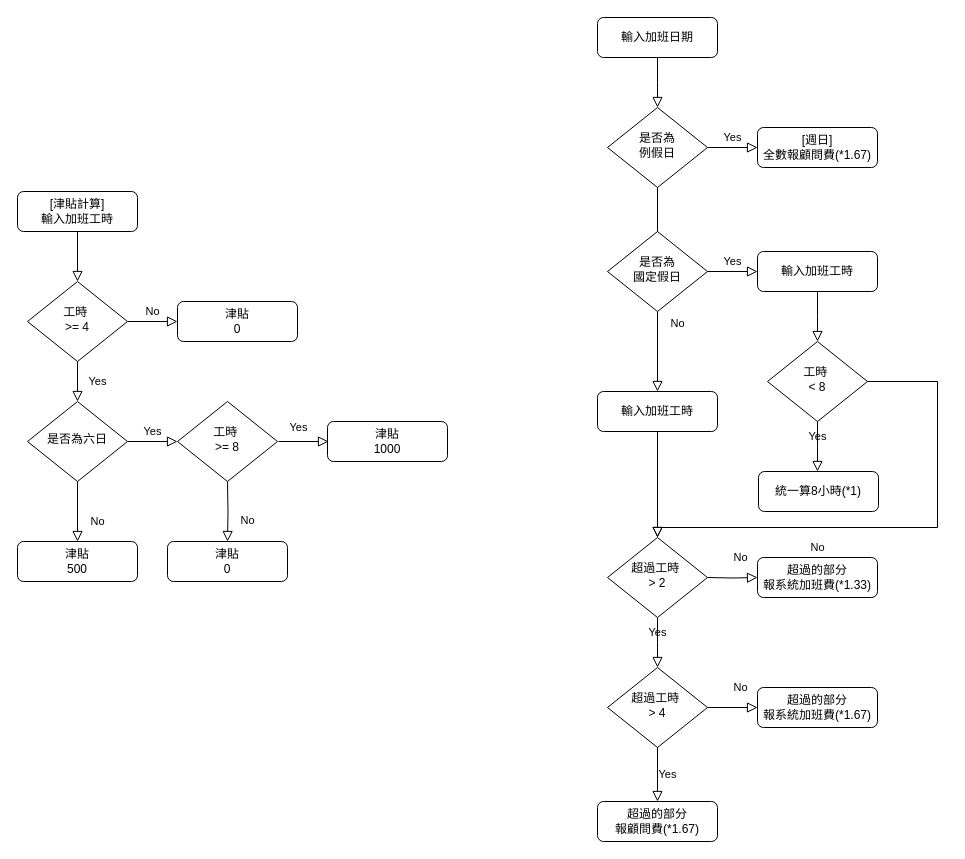
webber0928/webber0928 keeps this draw.io diagram as 流程圖.drawio. Above is the earlier version. Source tidied: cells renumbered, new cells numbered last; positions are measured from the earlier drawing's top-left corner, leaving out a move shared by most shapes. Both pictures are drawn from the tidied source at 100%, with x=0, y=0 at pixel (17, 17).
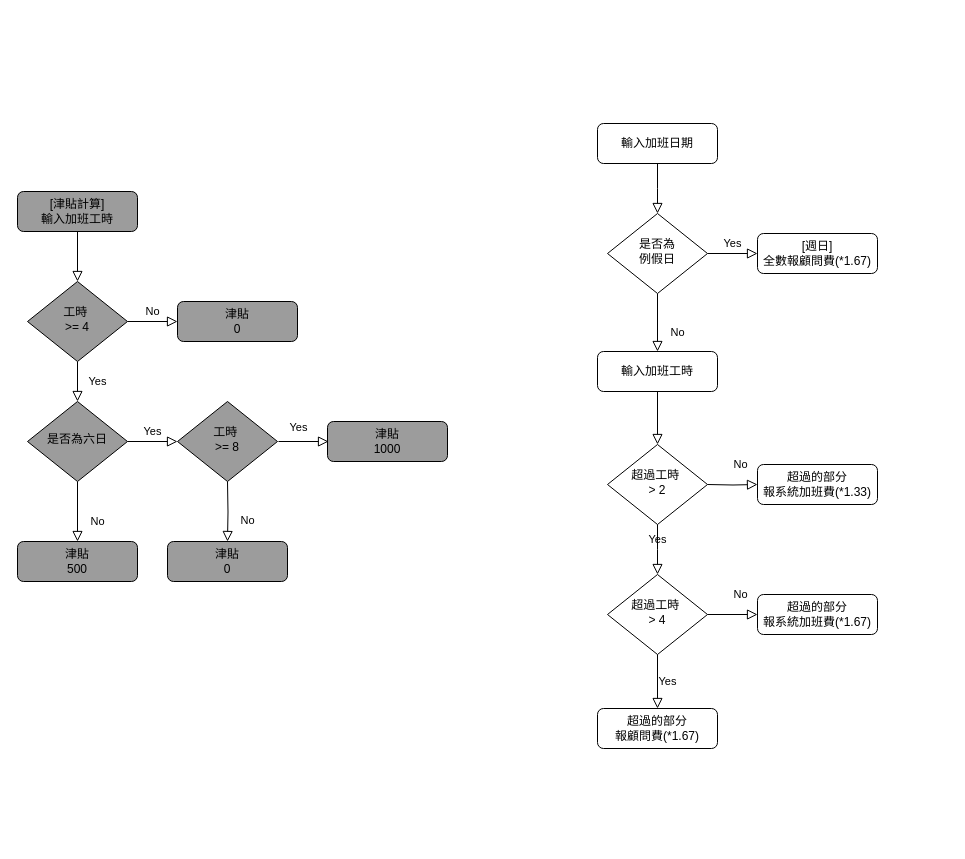
Above is the later version.

Commit message (it also covers changes not shown here):
更新流程圖.drawio

What changed in the source:
```diff
@@
     <mxCell id="2" style="rounded=0;html=1;jettySize=auto;fontSize=11;endArrow=block;endFill=0;endSize=8;strokeWidth=1;shadow=0;labelBackgroundColor=none;edgeStyle=orthogonalEdgeStyle;" parent="1" edge="1" source="3">
       <mxGeometry relative="1" as="geometry">
-        <mxPoint x="640" y="90" as="targetPoint" />
+        <mxPoint x="640" y="196" as="targetPoint" />
       </mxGeometry>
     </mxCell>
     <mxCell id="3" value="輸入加班日期" style="rounded=1;whiteSpace=wrap;html=1;fontSize=12;glass=0;strokeWidth=1;shadow=0;" parent="1" vertex="1">
-      <mxGeometry x="580" width="120" height="40" as="geometry" />
+      <mxGeometry x="580" y="106" width="120" height="40" as="geometry" />
     </mxCell>
@@
     <mxCell id="6" value="是否為&lt;div&gt;例假日&lt;/div&gt;" style="rhombus;whiteSpace=wrap;html=1;shadow=0;fontFamily=Helvetica;fontSize=12;align=center;strokeWidth=1;spacing=6;spacingTop=-4;" parent="1" vertex="1">
-      <mxGeometry x="590" y="90" width="100" height="80" as="geometry" />
+      <mxGeometry x="590" y="196" width="100" height="80" as="geometry" />
     </mxCell>
     <mxCell id="7" value="輸入加班工時" style="rounded=1;whiteSpace=wrap;html=1;fontSize=12;glass=0;strokeWidth=1;shadow=0;" parent="1" vertex="1">
-      <mxGeometry x="580" y="374" width="120" height="40" as="geometry" />
+      <mxGeometry x="580" y="334" width="120" height="40" as="geometry" />
     </mxCell>
     <mxCell id="8" value="[週日]&lt;div&gt;全數報顧問費(*1.67)&lt;/div&gt;" style="rounded=1;whiteSpace=wrap;html=1;fontSize=12;glass=0;strokeWidth=1;shadow=0;" parent="1" vertex="1">
-      <mxGeometry x="740" y="110" width="120" height="40" as="geometry" />
+      <mxGeometry x="740" y="216" width="120" height="40" as="geometry" />
     </mxCell>
-    <mxCell id="9" style="rounded=0;html=1;jettySize=auto;fontSize=11;endArrow=block;endFill=0;endSize=8;strokeWidth=1;shadow=0;labelBackgroundColor=none;edgeStyle=orthogonalEdgeStyle;" parent="1" edge="1" source="10" target="13">
+    <mxCell id="9" style="rounded=0;html=1;jettySize=auto;fontSize=11;endArrow=block;endFill=0;endSize=8;strokeWidth=1;shadow=0;labelBackgroundColor=none;edgeStyle=orthogonalEdgeStyle;fillColor=#9C9C9C;" parent="1" edge="1" source="10" target="13">
       <mxGeometry relative="1" as="geometry" />
     </mxCell>
-    <mxCell id="10" value="&lt;div&gt;[津貼計算]&lt;/div&gt;輸入加班工時" style="rounded=1;whiteSpace=wrap;html=1;fontSize=12;glass=0;strokeWidth=1;shadow=0;" parent="1" vertex="1">
+    <mxCell id="10" value="&lt;div&gt;[津貼計算]&lt;/div&gt;輸入加班工時" style="rounded=1;whiteSpace=wrap;html=1;fontSize=12;glass=0;strokeWidth=1;shadow=0;fillColor=#9C9C9C;" parent="1" vertex="1">
       <mxGeometry y="174" width="120" height="40" as="geometry" />
     </mxCell>
-    <mxCell id="11" value="Yes" style="rounded=0;html=1;jettySize=auto;fontSize=11;endArrow=block;endFill=0;endSize=8;strokeWidth=1;shadow=0;labelBackgroundColor=none;edgeStyle=orthogonalEdgeStyle;" parent="1" edge="1" source="13" target="17">
+    <mxCell id="11" value="Yes" style="rounded=0;html=1;jettySize=auto;fontSize=11;endArrow=block;endFill=0;endSize=8;strokeWidth=1;shadow=0;labelBackgroundColor=none;edgeStyle=orthogonalEdgeStyle;fillColor=#9C9C9C;" parent="1" edge="1" source="13" target="17">
       <mxGeometry y="20" relative="1" as="geometry" />
     </mxCell>
-    <mxCell id="12" value="No" style="edgeStyle=orthogonalEdgeStyle;rounded=0;html=1;jettySize=auto;fontSize=11;endArrow=block;endFill=0;endSize=8;strokeWidth=1;shadow=0;labelBackgroundColor=none;" parent="1" edge="1" source="13" target="14">
+    <mxCell id="12" value="No" style="edgeStyle=orthogonalEdgeStyle;rounded=0;html=1;jettySize=auto;fontSize=11;endArrow=block;endFill=0;endSize=8;strokeWidth=1;shadow=0;labelBackgroundColor=none;fillColor=#9C9C9C;" parent="1" edge="1" source="13" target="14">
       <mxGeometry y="10" relative="1" as="geometry" />
     </mxCell>
-    <mxCell id="13" value="工時&amp;nbsp;&lt;div&gt;&amp;gt;= 4&lt;/div&gt;" style="rhombus;whiteSpace=wrap;html=1;shadow=0;fontFamily=Helvetica;fontSize=12;align=center;strokeWidth=1;spacing=6;spacingTop=-4;" parent="1" vertex="1">
+    <mxCell id="13" value="工時&amp;nbsp;&lt;div&gt;&amp;gt;= 4&lt;/div&gt;" style="rhombus;whiteSpace=wrap;html=1;shadow=0;fontFamily=Helvetica;fontSize=12;align=center;strokeWidth=1;spacing=6;spacingTop=-4;fillColor=#9C9C9C;" parent="1" vertex="1">
       <mxGeometry x="10" y="264" width="100" height="80" as="geometry" />
     </mxCell>
-    <mxCell id="14" value="津貼&lt;div&gt;0&lt;/div&gt;" style="rounded=1;whiteSpace=wrap;html=1;fontSize=12;glass=0;strokeWidth=1;shadow=0;" parent="1" vertex="1">
+    <mxCell id="14" value="津貼&lt;div&gt;0&lt;/div&gt;" style="rounded=1;whiteSpace=wrap;html=1;fontSize=12;glass=0;strokeWidth=1;shadow=0;fillColor=#9C9C9C;" parent="1" vertex="1">
       <mxGeometry x="160" y="284" width="120" height="40" as="geometry" />
     </mxCell>
-    <mxCell id="15" value="No" style="rounded=0;html=1;jettySize=auto;fontSize=11;endArrow=block;endFill=0;endSize=8;strokeWidth=1;shadow=0;labelBackgroundColor=none;edgeStyle=orthogonalEdgeStyle;" parent="1" edge="1" source="17" target="18">
+    <mxCell id="15" value="No" style="rounded=0;html=1;jettySize=auto;fontSize=11;endArrow=block;endFill=0;endSize=8;strokeWidth=1;shadow=0;labelBackgroundColor=none;edgeStyle=orthogonalEdgeStyle;fillColor=#9C9C9C;" parent="1" edge="1" source="17" target="18">
       <mxGeometry x="0.33" y="20" relative="1" as="geometry" />
     </mxCell>
-    <mxCell id="16" value="Yes" style="edgeStyle=orthogonalEdgeStyle;rounded=0;html=1;jettySize=auto;orthogonalLoop=1;fontSize=11;endArrow=block;endFill=0;endSize=8;strokeWidth=1;shadow=0;labelBackgroundColor=none;" parent="1" edge="1">
+    <mxCell id="16" value="Yes" style="edgeStyle=orthogonalEdgeStyle;rounded=0;html=1;jettySize=auto;orthogonalLoop=1;fontSize=11;endArrow=block;endFill=0;endSize=8;strokeWidth=1;shadow=0;labelBackgroundColor=none;fillColor=#9C9C9C;" parent="1" edge="1">
       <mxGeometry x="-0.22" y="14" relative="1" as="geometry">
         <mxPoint x="261" y="424" as="sourcePoint" />
         <mxPoint x="311" y="424" as="targetPoint" />
       </mxGeometry>
     </mxCell>
-    <mxCell id="17" value="是否為六日" style="rhombus;whiteSpace=wrap;html=1;shadow=0;fontFamily=Helvetica;fontSize=12;align=center;strokeWidth=1;spacing=6;spacingTop=-4;" parent="1" vertex="1">
+    <mxCell id="17" value="是否為六日" style="rhombus;whiteSpace=wrap;html=1;shadow=0;fontFamily=Helvetica;fontSize=12;align=center;strokeWidth=1;spacing=6;spacingTop=-4;fillColor=#9C9C9C;" parent="1" vertex="1">
       <mxGeometry x="10" y="384" width="100" height="80" as="geometry" />
     </mxCell>
-    <mxCell id="18" value="津貼&lt;div&gt;500&lt;/div&gt;" style="rounded=1;whiteSpace=wrap;html=1;fontSize=12;glass=0;strokeWidth=1;shadow=0;" parent="1" vertex="1">
+    <mxCell id="18" value="津貼&lt;div&gt;500&lt;/div&gt;" style="rounded=1;whiteSpace=wrap;html=1;fontSize=12;glass=0;strokeWidth=1;shadow=0;fillColor=#9C9C9C;" parent="1" vertex="1">
       <mxGeometry y="524" width="120" height="40" as="geometry" />
     </mxCell>
-    <mxCell id="19" value="津貼&lt;div&gt;1000&lt;/div&gt;" style="rounded=1;whiteSpace=wrap;html=1;fontSize=12;glass=0;strokeWidth=1;shadow=0;" parent="1" vertex="1">
+    <mxCell id="19" value="津貼&lt;div&gt;1000&lt;/div&gt;" style="rounded=1;whiteSpace=wrap;html=1;fontSize=12;glass=0;strokeWidth=1;shadow=0;fillColor=#9C9C9C;" parent="1" vertex="1">
       <mxGeometry x="310" y="404" width="120" height="40" as="geometry" />
     </mxCell>
-    <mxCell id="20" value="工時&amp;nbsp;&lt;div&gt;&amp;gt;= 8&lt;/div&gt;" style="rhombus;whiteSpace=wrap;html=1;shadow=0;fontFamily=Helvetica;fontSize=12;align=center;strokeWidth=1;spacing=6;spacingTop=-4;" parent="1" vertex="1">
+    <mxCell id="20" value="工時&amp;nbsp;&lt;div&gt;&amp;gt;= 8&lt;/div&gt;" style="rhombus;whiteSpace=wrap;html=1;shadow=0;fontFamily=Helvetica;fontSize=12;align=center;strokeWidth=1;spacing=6;spacingTop=-4;fillColor=#9C9C9C;" parent="1" vertex="1">
       <mxGeometry x="160" y="384" width="100" height="80" as="geometry" />
     </mxCell>
-    <mxCell id="21" value="Yes" style="edgeStyle=orthogonalEdgeStyle;rounded=0;html=1;jettySize=auto;fontSize=11;endArrow=block;endFill=0;endSize=8;strokeWidth=1;shadow=0;labelBackgroundColor=none;exitX=1;exitY=0.5;exitDx=0;exitDy=0;entryX=0;entryY=0.5;entryDx=0;entryDy=0;" parent="1" edge="1" source="17" target="20">
+    <mxCell id="21" value="Yes" style="edgeStyle=orthogonalEdgeStyle;rounded=0;html=1;jettySize=auto;fontSize=11;endArrow=block;endFill=0;endSize=8;strokeWidth=1;shadow=0;labelBackgroundColor=none;exitX=1;exitY=0.5;exitDx=0;exitDy=0;entryX=0;entryY=0.5;entryDx=0;entryDy=0;fillColor=#9C9C9C;" parent="1" edge="1" source="17" target="20">
       <mxGeometry y="10" relative="1" as="geometry" />
     </mxCell>
-    <mxCell id="22" value="No" style="rounded=0;html=1;jettySize=auto;fontSize=11;endArrow=block;endFill=0;endSize=8;strokeWidth=1;shadow=0;labelBackgroundColor=none;edgeStyle=orthogonalEdgeStyle;" parent="1" edge="1" target="23">
+    <mxCell id="22" value="No" style="rounded=0;html=1;jettySize=auto;fontSize=11;endArrow=block;endFill=0;endSize=8;strokeWidth=1;shadow=0;labelBackgroundColor=none;edgeStyle=orthogonalEdgeStyle;fillColor=#9C9C9C;" parent="1" edge="1" target="23">
       <mxGeometry x="0.33" y="20" relative="1" as="geometry">
         <mxPoint x="210" y="464" as="sourcePoint" />
       </mxGeometry>
     </mxCell>
-    <mxCell id="23" value="津貼&lt;div&gt;0&lt;/div&gt;" style="rounded=1;whiteSpace=wrap;html=1;fontSize=12;glass=0;strokeWidth=1;shadow=0;" parent="1" vertex="1">
+    <mxCell id="23" value="津貼&lt;div&gt;0&lt;/div&gt;" style="rounded=1;whiteSpace=wrap;html=1;fontSize=12;glass=0;strokeWidth=1;shadow=0;fillColor=#9C9C9C;" parent="1" vertex="1">
       <mxGeometry x="150" y="524" width="120" height="40" as="geometry" />
     </mxCell>
     <mxCell id="24" value="超過工時&amp;nbsp;&lt;div&gt;&amp;gt; 4&lt;/div&gt;" style="rhombus;whiteSpace=wrap;html=1;shadow=0;fontFamily=Helvetica;fontSize=12;align=center;strokeWidth=1;spacing=6;spacingTop=-4;" parent="1" vertex="1">
-      <mxGeometry x="590" y="650" width="100" height="80" as="geometry" />
+      <mxGeometry x="590" y="557" width="100" height="80" as="geometry" />
     </mxCell>
@@
     <mxCell id="26" value="&lt;div&gt;超過的部分&lt;/div&gt;&lt;div&gt;報系統加班費(*1.67)&lt;/div&gt;" style="rounded=1;whiteSpace=wrap;html=1;fontSize=12;glass=0;strokeWidth=1;shadow=0;" parent="1" vertex="1">
-      <mxGeometry x="740" y="670" width="120" height="40" as="geometry" />
+      <mxGeometry x="740" y="577" width="120" height="40" as="geometry" />
     </mxCell>
@@
     <mxCell id="28" value="超過工時&amp;nbsp;&lt;div&gt;&amp;gt; 2&lt;/div&gt;" style="rhombus;whiteSpace=wrap;html=1;shadow=0;fontFamily=Helvetica;fontSize=12;align=center;strokeWidth=1;spacing=6;spacingTop=-4;" parent="1" vertex="1">
-      <mxGeometry x="590" y="520" width="100" height="80" as="geometry" />
+      <mxGeometry x="590" y="427" width="100" height="80" as="geometry" />
     </mxCell>
     <mxCell id="29" value="Yes" style="edgeStyle=orthogonalEdgeStyle;rounded=0;html=1;jettySize=auto;fontSize=11;endArrow=block;endFill=0;endSize=8;strokeWidth=1;shadow=0;labelBackgroundColor=none;exitX=0.5;exitY=1;exitDx=0;exitDy=0;" parent="1" edge="1" source="28">
       <mxGeometry y="10" relative="1" as="geometry">
-        <mxPoint x="640" y="650" as="targetPoint" />
+        <mxPoint x="640" y="557" as="targetPoint" />
       </mxGeometry>
     </mxCell>
     <mxCell id="30" value="&lt;div&gt;超過的部分&lt;/div&gt;&lt;div&gt;報顧問費(*1.67)&lt;/div&gt;" style="rounded=1;whiteSpace=wrap;html=1;fontSize=12;glass=0;strokeWidth=1;shadow=0;" parent="1" vertex="1">
-      <mxGeometry x="580" y="784" width="120" height="40" as="geometry" />
+      <mxGeometry x="580" y="691" width="120" height="40" as="geometry" />
     </mxCell>
@@
     <mxCell id="32" value="&lt;div&gt;超過的部分&lt;/div&gt;&lt;div&gt;報系統加班費(*1.33)&lt;/div&gt;" style="rounded=1;whiteSpace=wrap;html=1;fontSize=12;glass=0;strokeWidth=1;shadow=0;" parent="1" vertex="1">
-      <mxGeometry x="740" y="540" width="120" height="40" as="geometry" />
+      <mxGeometry x="740" y="447" width="120" height="40" as="geometry" />
     </mxCell>
     <mxCell id="33" value="No" style="rounded=0;html=1;jettySize=auto;fontSize=11;endArrow=block;endFill=0;endSize=8;strokeWidth=1;shadow=0;labelBackgroundColor=none;edgeStyle=orthogonalEdgeStyle;exitX=1;exitY=0.5;exitDx=0;exitDy=0;" parent="1" edge="1" target="32">
       <mxGeometry x="0.33" y="20" relative="1" as="geometry">
-        <mxPoint x="690" y="560" as="sourcePoint" />
+        <mxPoint x="690" y="467" as="sourcePoint" />
       </mxGeometry>
     </mxCell>
-    <mxCell id="34" value="Yes" style="edgeStyle=orthogonalEdgeStyle;rounded=0;html=1;jettySize=auto;fontSize=11;endArrow=block;endFill=0;endSize=8;strokeWidth=1;shadow=0;labelBackgroundColor=none;entryX=0;entryY=0.5;entryDx=0;entryDy=0;" parent="1" edge="1" source="35" target="36">
-      <mxGeometry y="10" relative="1" as="geometry" />
-    </mxCell>
-    <mxCell id="35" value="是否為&lt;div&gt;國定假日&lt;/div&gt;" style="rhombus;whiteSpace=wrap;html=1;shadow=0;fontFamily=Helvetica;fontSize=12;align=center;strokeWidth=1;spacing=6;spacingTop=-4;" parent="1" vertex="1">
-      <mxGeometry x="590" y="214" width="100" height="80" as="geometry" />
-    </mxCell>
-    <mxCell id="36" value="輸入加班工時" style="rounded=1;whiteSpace=wrap;html=1;fontSize=12;glass=0;strokeWidth=1;shadow=0;" parent="1" vertex="1">
-      <mxGeometry x="740" y="234" width="120" height="40" as="geometry" />
-    </mxCell>
-    <mxCell id="37" value="工時&amp;nbsp;&lt;div&gt;&amp;lt; 8&lt;/div&gt;" style="rhombus;whiteSpace=wrap;html=1;shadow=0;fontFamily=Helvetica;fontSize=12;align=center;strokeWidth=1;spacing=6;spacingTop=-4;" parent="1" vertex="1">
-      <mxGeometry x="750" y="324" width="100" height="80" as="geometry" />
-    </mxCell>
-    <mxCell id="38" value="Yes" style="edgeStyle=orthogonalEdgeStyle;rounded=0;html=1;jettySize=auto;fontSize=11;endArrow=block;endFill=0;endSize=8;strokeWidth=1;shadow=0;labelBackgroundColor=none;exitX=0.5;exitY=1;exitDx=0;exitDy=0;" parent="1" edge="1" source="37">
-      <mxGeometry y="10" relative="1" as="geometry">
-        <mxPoint x="800" y="454" as="targetPoint" />
-      </mxGeometry>
-    </mxCell>
-    <mxCell id="39" value="No" style="rounded=0;html=1;jettySize=auto;fontSize=11;endArrow=block;endFill=0;endSize=8;strokeWidth=1;shadow=0;labelBackgroundColor=none;edgeStyle=orthogonalEdgeStyle;exitX=1;exitY=0.5;exitDx=0;exitDy=0;entryX=0.5;entryY=0;entryDx=0;entryDy=0;" parent="1" edge="1" source="37" target="28">
-      <mxGeometry x="0.33" y="20" relative="1" as="geometry">
-        <Array as="points">
-          <mxPoint x="920" y="364" />
-          <mxPoint x="920" y="510" />
-          <mxPoint x="640" y="510" />
-        </Array>
-      </mxGeometry>
-    </mxCell>
-    <mxCell id="40" style="rounded=0;html=1;jettySize=auto;fontSize=11;endArrow=block;endFill=0;endSize=8;strokeWidth=1;shadow=0;labelBackgroundColor=none;edgeStyle=orthogonalEdgeStyle;exitX=0.5;exitY=1;exitDx=0;exitDy=0;" parent="1" edge="1" source="36">
-      <mxGeometry relative="1" as="geometry">
-        <mxPoint x="800" y="324" as="targetPoint" />
-      </mxGeometry>
-    </mxCell>
-    <mxCell id="41" value="統一算8小時(*1)" style="rounded=1;whiteSpace=wrap;html=1;fontSize=12;glass=0;strokeWidth=1;shadow=0;" parent="1" vertex="1">
-      <mxGeometry x="741" y="454" width="120" height="40" as="geometry" />
-    </mxCell>
```
